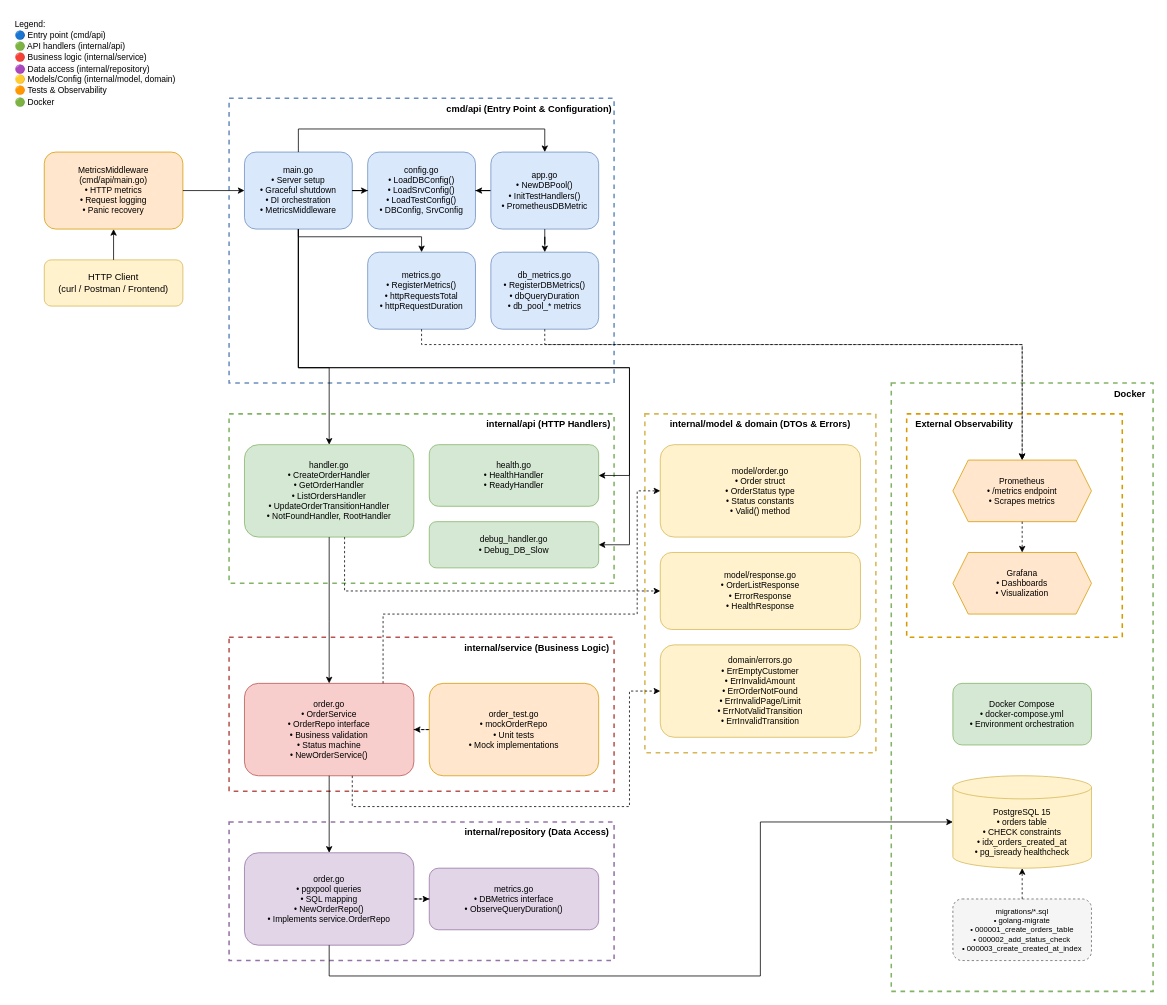
This is docs/Payship_Core_architecture.drawio.xml from ThisIsTheOldGuard/payship-core, a draw.io file, before an edit. Source tidied: cells renumbered, new cells numbered last; positions are measured from the earlier drawing's top-left corner, leaving out a move shared by most shapes. Both pictures are drawn from the tidied source at 77%, with x=0, y=0 at pixel (13, 13).
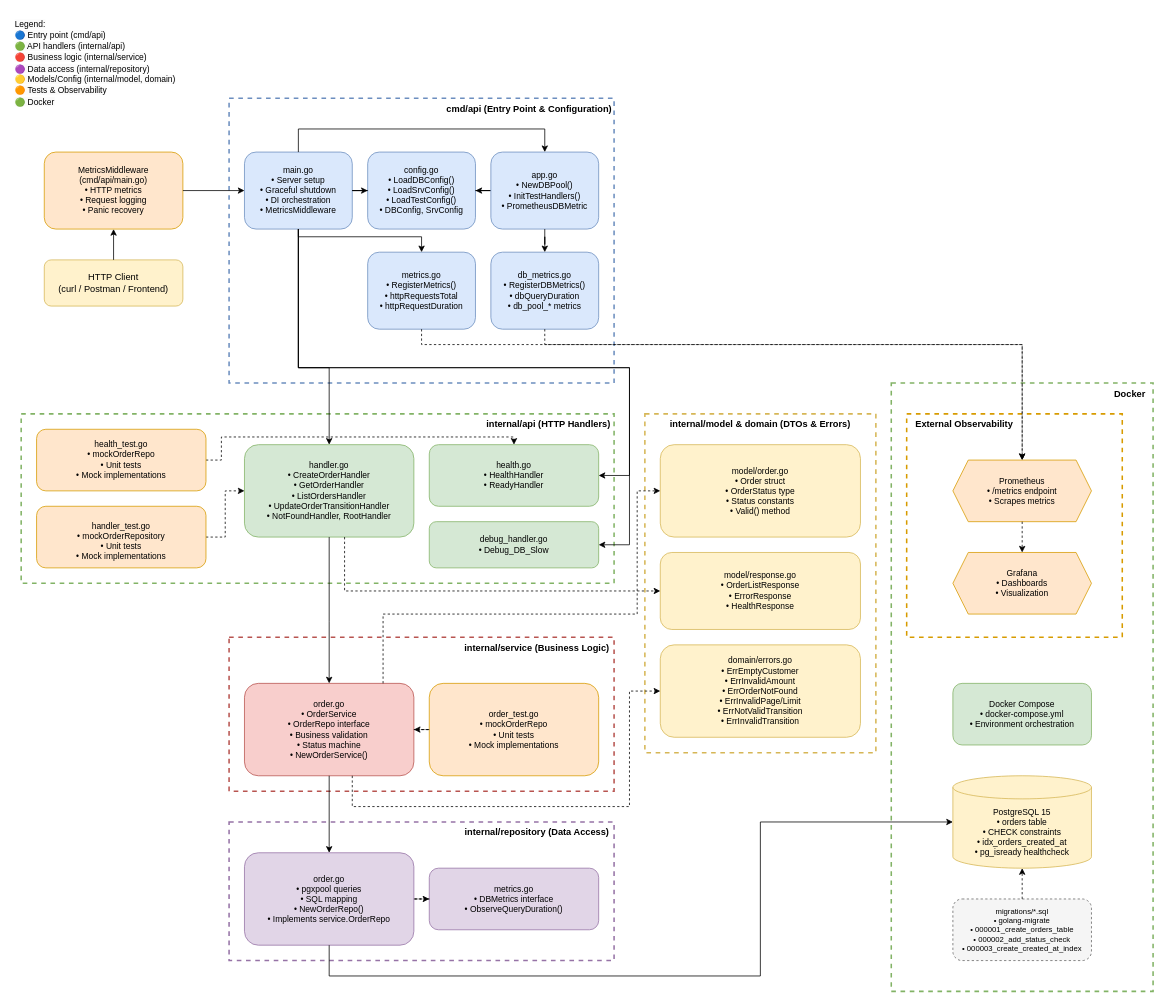
After the change.

Unchanged cells that the change refers to:
```xml
<mxCell id="13" value="handler.go&#10;• CreateOrderHandler&#10;• GetOrderHandler&#10;• ListOrdersHandler&#10;• UpdateOrderTransitionHandler&#10;• NotFoundHandler, RootHandler" style="rounded=1;whiteSpace=wrap;html=1;fillColor=#d5e8d4;strokeColor=#82b366;fontSize=11;" parent="1" vertex="1">
  <mxGeometry x="300" y="560" width="220" height="120" as="geometry" />
</mxCell>
<mxCell id="14" value="health.go&#10;• HealthHandler&#10;• ReadyHandler" style="rounded=1;whiteSpace=wrap;html=1;fillColor=#d5e8d4;strokeColor=#82b366;fontSize=11;" parent="1" vertex="1">
  <mxGeometry x="540" y="560" width="220" height="80" as="geometry" />
</mxCell>
```

Diff of the diagram source:
```diff
@@
     <mxCell id="12" style="rounded=0;whiteSpace=wrap;html=1;fillColor=none;strokeColor=#82b366;strokeWidth=2;dashed=1;" parent="1" vertex="1">
-      <mxGeometry x="280" y="520" width="500" height="220" as="geometry" />
+      <mxGeometry x="10" y="520" width="770" height="220" as="geometry" />
     </mxCell>
@@
+    <mxCell id="61" style="edgeStyle=orthogonalEdgeStyle;rounded=0;jettySize=auto;html=1;exitX=1;exitY=0.5;exitDx=0;exitDy=0;dashed=1;" parent="1" edge="1" source="62" target="14">
+      <mxGeometry relative="1" as="geometry">
+        <Array as="points">
+          <mxPoint x="270" y="580" />
+          <mxPoint x="270" y="550" />
+          <mxPoint x="650" y="550" />
+        </Array>
+      </mxGeometry>
+    </mxCell>
+    <mxCell id="62" value="health_test.go&lt;br&gt;• mockOrderRepo&lt;br&gt;• Unit tests&lt;br&gt;• Mock implementations" style="rounded=1;whiteSpace=wrap;html=1;fillColor=#ffe6cc;strokeColor=#d79b00;fontSize=11;" parent="1" vertex="1">
+      <mxGeometry x="30" y="540" width="220" height="80" as="geometry" />
+    </mxCell>
+    <mxCell id="63" style="edgeStyle=orthogonalEdgeStyle;rounded=0;jettySize=auto;html=1;entryX=0;entryY=0.5;entryDx=0;entryDy=0;dashed=1;" parent="1" edge="1" source="64" target="13">
+      <mxGeometry relative="1" as="geometry" />
+    </mxCell>
+    <mxCell id="64" value="&lt;div style=&quot;background-color:#191a1c;color:#bcbec4&quot;&gt;&lt;pre style=&quot;font-family:'Inter';font-size:9,8pt;&quot;&gt;&lt;/pre&gt;&lt;/div&gt;handler_test.go&lt;br&gt;•&amp;nbsp;&lt;span style=&quot;background-color: initial;&quot;&gt;mockOrderRepository&lt;br&gt;&lt;/span&gt;•&amp;nbsp;&lt;span style=&quot;background-color: initial;&quot;&gt;Unit tests&lt;br&gt;&lt;/span&gt;• Mock implementations" style="rounded=1;whiteSpace=wrap;html=1;fillColor=#ffe6cc;strokeColor=#d79b00;fontSize=11;" parent="1" vertex="1">
+      <mxGeometry x="30" y="640" width="220" height="80" as="geometry" />
+    </mxCell>
```
